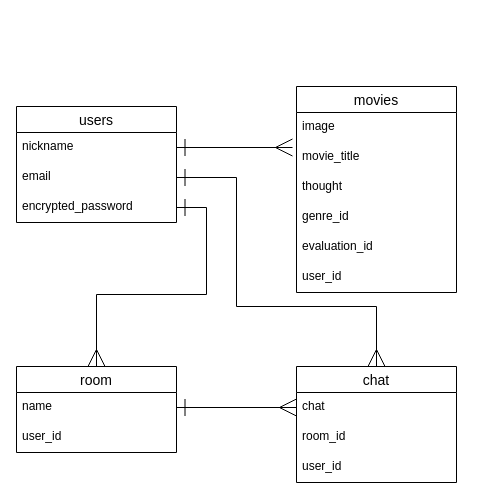
Kinocas/movie-app keeps this draw.io diagram as er.dio. Above is the earlier version. Source tidied: cells renumbered, new cells numbered last; positions are measured from the earlier drawing's top-left corner, leaving out a move shared by most shapes. Both pictures are drawn from the tidied source at 100%, with x=0, y=0 at pixel (16, 86).
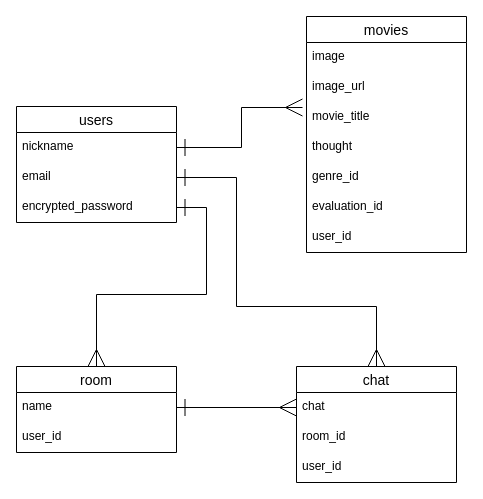
The same diagram, later.

The edit, as a diff of the source:
```diff
@@
     <mxCell id="6" value="movies" style="swimlane;fontStyle=0;horizontal=1;startSize=26;align=center;fontSize=14;" parent="1" vertex="1">
-      <mxGeometry x="280" width="160" height="206" as="geometry" />
+      <mxGeometry x="290" y="-70" width="160" height="236" as="geometry" />
     </mxCell>
@@
+    <mxCell id="24" value="image_url" style="text;strokeColor=none;fillColor=none;spacingLeft=4;spacingRight=4;overflow=hidden;fontSize=12;" parent="6" vertex="1">
+      <mxGeometry y="56" width="160" height="30" as="geometry" />
+    </mxCell>
     <mxCell id="8" value="movie_title" style="text;strokeColor=none;fillColor=none;spacingLeft=4;spacingRight=4;overflow=hidden;points=[[0,0.5],[1,0.5]];portConstraint=eastwest;fontSize=12;" parent="6" vertex="1">
-      <mxGeometry y="56" width="160" height="30" as="geometry" />
+      <mxGeometry y="86" width="160" height="30" as="geometry" />
     </mxCell>
     <mxCell id="9" value="thought" style="text;strokeColor=none;fillColor=none;spacingLeft=4;spacingRight=4;overflow=hidden;fontSize=12;" parent="6" vertex="1">
-      <mxGeometry y="86" width="160" height="30" as="geometry" />
+      <mxGeometry y="116" width="160" height="30" as="geometry" />
     </mxCell>
     <mxCell id="10" value="genre_id" style="text;strokeColor=none;fillColor=none;spacingLeft=4;spacingRight=4;overflow=hidden;fontSize=12;" parent="6" vertex="1">
-      <mxGeometry y="116" width="160" height="30" as="geometry" />
+      <mxGeometry y="146" width="160" height="30" as="geometry" />
     </mxCell>
     <mxCell id="11" value="evaluation_id" style="text;strokeColor=none;fillColor=none;spacingLeft=4;spacingRight=4;overflow=hidden;fontSize=12;" parent="6" vertex="1">
-      <mxGeometry y="146" width="160" height="30" as="geometry" />
+      <mxGeometry y="176" width="160" height="30" as="geometry" />
     </mxCell>
     <mxCell id="12" value="user_id" style="text;strokeColor=none;fillColor=none;spacingLeft=4;spacingRight=4;overflow=hidden;fontSize=12;" parent="6" vertex="1">
-      <mxGeometry y="176" width="160" height="30" as="geometry" />
+      <mxGeometry y="206" width="160" height="30" as="geometry" />
     </mxCell>
```
